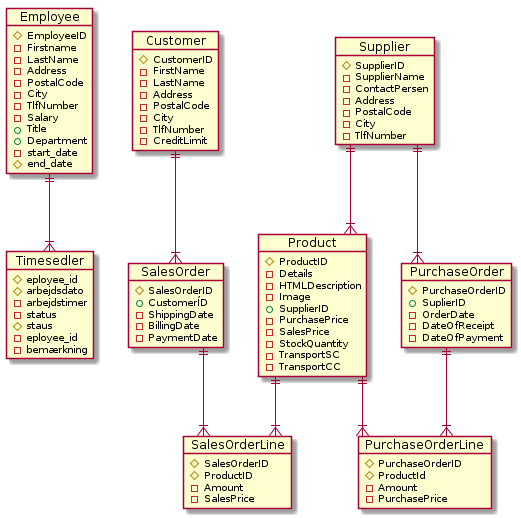
The PlantUML diagram tabeller.png in GRP25/db, before a commit.
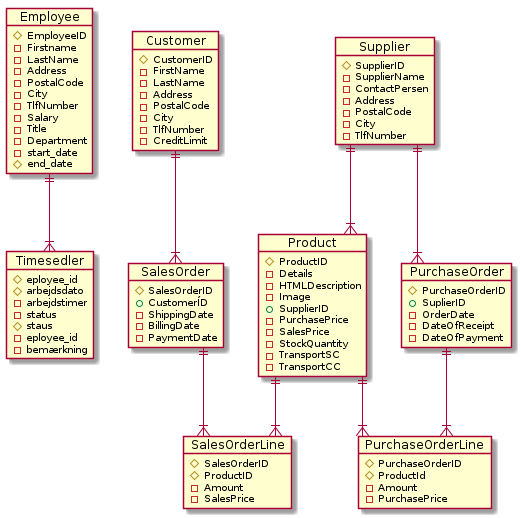
Above is the later version.

What changed in the source:
```diff
@@ -1,4 +1,5 @@
 @startuml
+
 skinparam linetype ortho
 
 object Employee {
@@ -10,8 +11,8 @@
     - City
     - TlfNumber
     - Salary
-    + Title
-    + Department
+    - Title
+    - Department
     - start_date
     # end_date
 }
```
